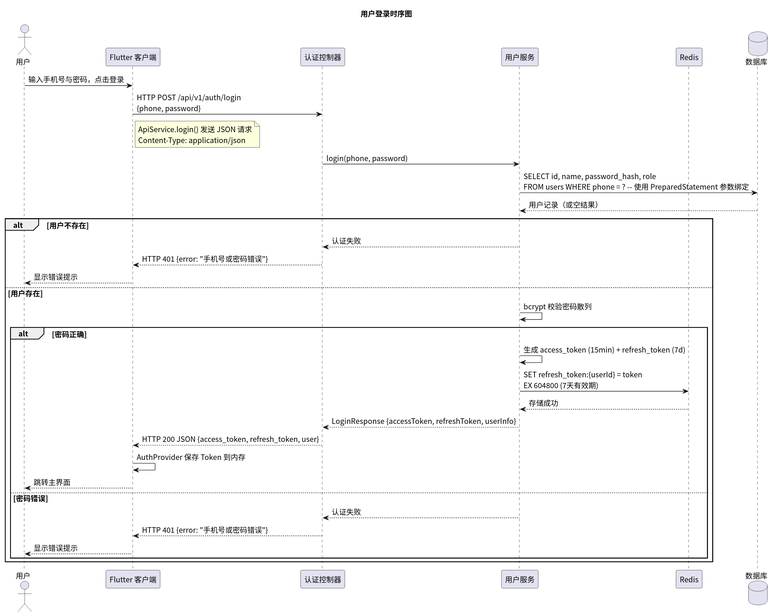
Above: time/img/sequence_login.svg in greenhandzdl/charging-station-doc (PlantUML), before the change.
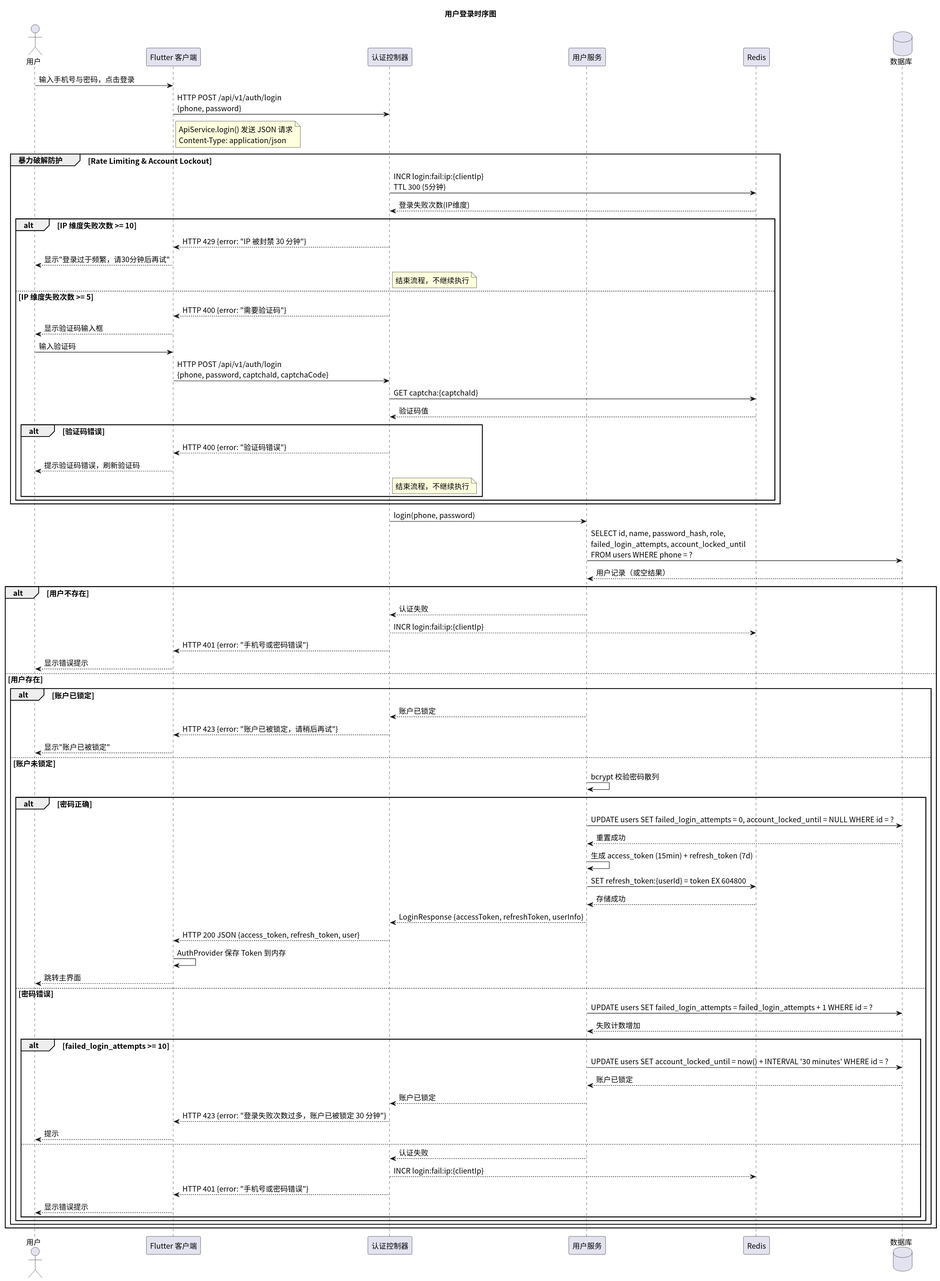
After the change.

The edit, as a diff of the source:
```diff
@@ -14,29 +14,72 @@
 FE -> Ctrl: HTTP POST /api/v1/auth/login\n{phone, password}
 note right FE : ApiService.login() 发送 JSON 请求\nContent-Type: application/json
 
+group 暴力破解防护 [Rate Limiting & Account Lockout]
+  Ctrl -> Cache: INCR login:fail:ip:{clientIp}\nTTL 300 (5分钟)
+  Cache --> Ctrl: 登录失败次数(IP维度)
+
+  alt IP 维度失败次数 >= 10
+    Ctrl --> FE: HTTP 429 {error: "IP 被封禁 30 分钟"}
+    FE --> U: 显示"登录过于频繁，请30分钟后再试"
+    note right Ctrl : 结束流程，不继续执行
+  else IP 维度失败次数 >= 5
+    Ctrl --> FE: HTTP 400 {error: "需要验证码"}
+    FE --> U: 显示验证码输入框
+    U -> FE: 输入验证码
+    FE -> Ctrl: HTTP POST /api/v1/auth/login\n{phone, password, captchaId, captchaCode}
+    Ctrl -> Cache: GET captcha:{captchaId}
+    Cache --> Ctrl: 验证码值
+    alt 验证码错误
+      Ctrl --> FE: HTTP 400 {error: "验证码错误"}
+      FE --> U: 提示验证码错误，刷新验证码
+      note right Ctrl : 结束流程，不继续执行
+    end
+  end
+end
+
 Ctrl -> US: login(phone, password)
-US -> DB: SELECT id, name, password_hash, role\nFROM users WHERE phone = ? -- 使用 PreparedStatement 参数绑定
+US -> DB: SELECT id, name, password_hash, role,\nfailed_login_attempts, account_locked_until\nFROM users WHERE phone = ?
 DB --> US: 用户记录（或空结果）
 
 alt 用户不存在
   US --> Ctrl: 认证失败
+  Ctrl --> Cache: INCR login:fail:ip:{clientIp}
   Ctrl --> FE: HTTP 401 {error: "手机号或密码错误"}
   FE --> U: 显示错误提示
 else 用户存在
-  US -> US: bcrypt 校验密码散列
+  alt 账户已锁定
+    US --> Ctrl: 账户已锁定
+    Ctrl --> FE: HTTP 423 {error: "账户已被锁定，请稍后再试"}
+    FE --> U: 显示"账户已被锁定"
+  else 账户未锁定
+    US -> US: bcrypt 校验密码散列
 
-  alt 密码正确
-    US -> US: 生成 access_token (15min) + refresh_token (7d)
-    US -> Cache: SET refresh_token:{userId} = token\nEX 604800 (7天有效期)
-    Cache --> US: 存储成功
-    US --> Ctrl: LoginResponse {accessToken, refreshToken, userInfo}
-    Ctrl --> FE: HTTP 200 JSON {access_token, refresh_token, user}
-    FE -> FE: AuthProvider 保存 Token 到内存
-    FE --> U: 跳转主界面
-  else 密码错误
-    US --> Ctrl: 认证失败
-    Ctrl --> FE: HTTP 401 {error: "手机号或密码错误"}
-    FE --> U: 显示错误提示
+    alt 密码正确
+      US -> DB: UPDATE users SET failed_login_attempts = 0, account_locked_until = NULL WHERE id = ?
+      DB --> US: 重置成功
+      US -> US: 生成 access_token (15min) + refresh_token (7d)
+      US -> Cache: SET refresh_token:{userId} = token EX 604800
+      Cache --> US: 存储成功
+      US --> Ctrl: LoginResponse {accessToken, refreshToken, userInfo}
+      Ctrl --> FE: HTTP 200 JSON {access_token, refresh_token, user}
+      FE -> FE: AuthProvider 保存 Token 到内存
+      FE --> U: 跳转主界面
+    else 密码错误
+      US -> DB: UPDATE users SET failed_login_attempts = failed_login_attempts + 1 WHERE id = ?
+      DB --> US: 失败计数增加
+      alt failed_login_attempts >= 10
+        US -> DB: UPDATE users SET account_locked_until = now() + INTERVAL '30 minutes' WHERE id = ?
+        DB --> US: 账户已锁定
+        US --> Ctrl: 账户已锁定
+        Ctrl --> FE: HTTP 423 {error: "登录失败次数过多，账户已被锁定 30 分钟"}
+        FE --> U: 提示
+      else
+        US --> Ctrl: 认证失败
+        Ctrl --> Cache: INCR login:fail:ip:{clientIp}
+        Ctrl --> FE: HTTP 401 {error: "手机号或密码错误"}
+        FE --> U: 显示错误提示
+      end
+    end
   end
 end
 @enduml
```
